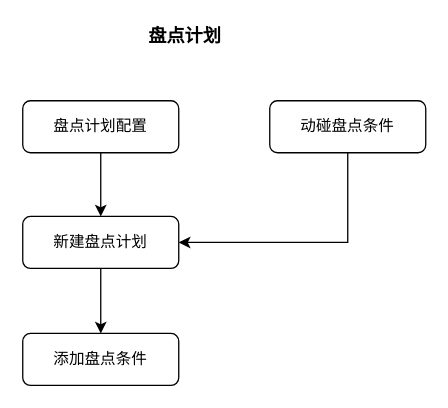
Above: 动碰盘点条件子流程.drawio in 18516264210/aikucun (draw.io), before the change. Source tidied: cells renumbered, new cells numbered last; positions are measured from the earlier drawing's top-left corner, leaving out a move shared by most shapes. Both pictures are drawn from the tidied source at 130%, with x=0, y=0 at pixel (22, 22).
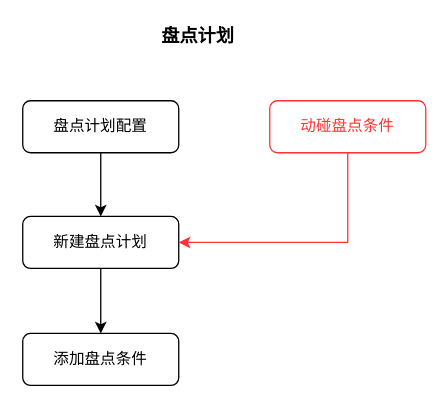
The same page after the edit.

Commit message (it also covers changes not shown here):
更新动碰盘点条件子流程.drawio

Diff of the diagram source:
```diff
@@
 <mxGraphModel>
   <root>
     <mxCell id="0" />
     <mxCell id="1" parent="0" />
     <mxCell id="2" style="edgeStyle=orthogonalEdgeStyle;rounded=0;jettySize=auto;html=1;exitX=0.5;exitY=1;exitDx=0;exitDy=0;entryX=0.5;entryY=0;entryDx=0;entryDy=0;" parent="1" edge="1" source="3" target="4">
       <mxGeometry relative="1" as="geometry" />
     </mxCell>
     <mxCell id="3" value="新建盘点计划" style="rounded=1;whiteSpace=wrap;html=1;fontSize=12;glass=0;strokeWidth=1;shadow=0;" parent="1" vertex="1">
       <mxGeometry y="149" width="120" height="40" as="geometry" />
     </mxCell>
     <mxCell id="4" value="添加盘点条件" style="rounded=1;whiteSpace=wrap;html=1;fontSize=12;glass=0;strokeWidth=1;shadow=0;" parent="1" vertex="1">
       <mxGeometry y="239" width="120" height="40" as="geometry" />
     </mxCell>
     <mxCell id="5" value="&lt;b&gt;&lt;font style=&quot;font-size: 14px&quot;&gt;盘点计划&lt;/font&gt;&lt;/b&gt;" style="text;html=1;strokeColor=none;fillColor=none;align=center;verticalAlign=middle;whiteSpace=wrap;rounded=0;" parent="1" vertex="1">
-      <mxGeometry x="70" width="110" height="20" as="geometry" />
+      <mxGeometry x="80" width="110" height="20" as="geometry" />
     </mxCell>
     <mxCell id="6" style="edgeStyle=orthogonalEdgeStyle;rounded=0;jettySize=auto;html=1;entryX=0.5;entryY=0;entryDx=0;entryDy=0;" parent="1" edge="1" source="7" target="3">
       <mxGeometry relative="1" as="geometry" />
     </mxCell>
     <mxCell id="7" value="盘点计划配置" style="rounded=1;whiteSpace=wrap;html=1;fontSize=12;glass=0;strokeWidth=1;shadow=0;" parent="1" vertex="1">
       <mxGeometry y="60" width="120" height="40" as="geometry" />
     </mxCell>
-    <mxCell id="8" style="edgeStyle=orthogonalEdgeStyle;rounded=0;jettySize=auto;html=1;entryX=1;entryY=0.5;entryDx=0;entryDy=0;" parent="1" edge="1" source="9" target="3">
+    <mxCell id="8" style="edgeStyle=orthogonalEdgeStyle;rounded=0;jettySize=auto;html=1;entryX=1;entryY=0.5;entryDx=0;entryDy=0;strokeColor=#FF3333;" parent="1" edge="1" source="9" target="3">
       <mxGeometry relative="1" as="geometry">
         <Array as="points">
           <mxPoint x="250" y="169" />
         </Array>
       </mxGeometry>
     </mxCell>
-    <mxCell id="9" value="动碰盘点条件" style="rounded=1;whiteSpace=wrap;html=1;fontSize=12;glass=0;strokeWidth=1;shadow=0;" parent="1" vertex="1">
+    <mxCell id="9" value="&lt;font color=&quot;#ff3333&quot;&gt;动碰盘点条件&lt;/font&gt;" style="rounded=1;whiteSpace=wrap;html=1;fontSize=12;glass=0;strokeWidth=1;shadow=0;strokeColor=#FF3333;" parent="1" vertex="1">
       <mxGeometry x="190" y="60" width="120" height="40" as="geometry" />
     </mxCell>
   </root>
 </mxGraphModel>
```
